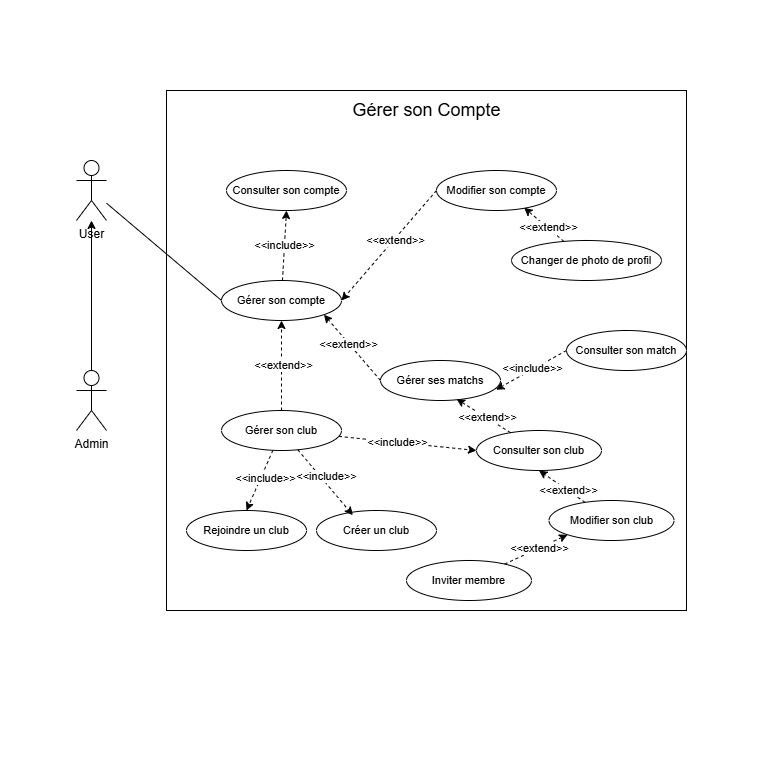
This is Diagram use case Profil.drawio.png from Mathistrg/Styx, a draw.io export, as it was before one commit. Source tidied: cells renumbered, new cells last; positions are measured from the earlier drawing's top-left corner, leaving out a move shared by most shapes.
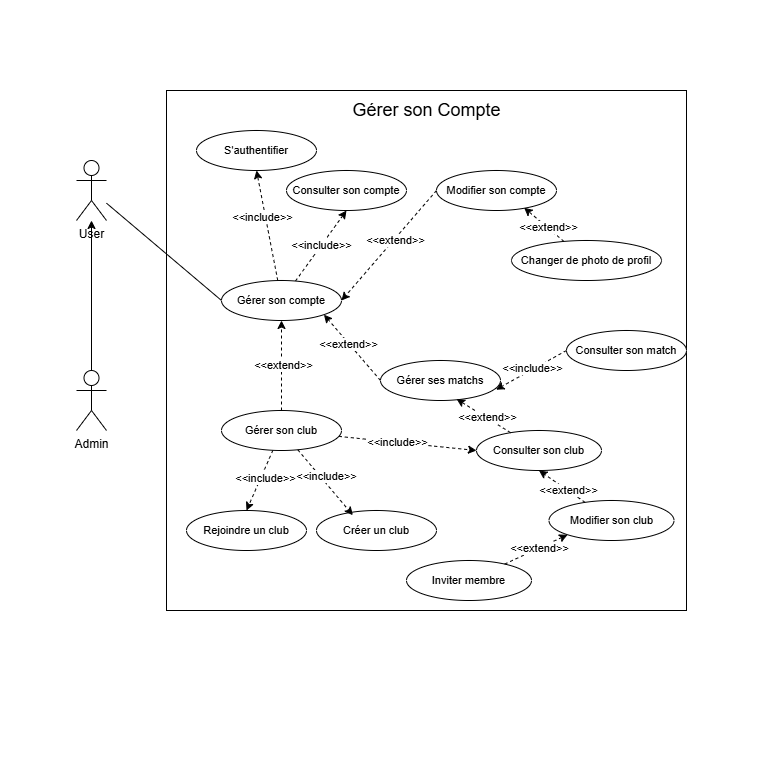
After the commit.

Commit message:
Mettre à jour Diagram use case Profil.drawio.png

What changed in the source:
```diff
@@ -32,6 +32,12 @@
     <mxCell id="11" value="&amp;lt;&amp;lt;extend&amp;gt;&amp;gt;" style="edgeLabel;html=1;align=center;verticalAlign=middle;fontFamily=Helvetica;fontSize=11;fontColor=default;labelBackgroundColor=default;fillColor=none;gradientColor=none;" parent="10" vertex="1">
       <mxGeometry x="-0.1" y="1" relative="1" as="geometry" />
     </mxCell>
+    <mxCell id="45" style="edgeStyle=none;shape=connector;rounded=0;jettySize=auto;html=1;entryX=0.5;entryY=1;entryDx=0;entryDy=0;dashed=1;strokeColor=default;align=center;verticalAlign=middle;fontFamily=Helvetica;fontSize=11;fontColor=default;labelBackgroundColor=default;endArrow=classic;endFill=1;" parent="1" edge="1" source="12" target="47">
+      <mxGeometry relative="1" as="geometry" />
+    </mxCell>
+    <mxCell id="46" value="&amp;lt;&amp;lt;include&amp;gt;&amp;gt;" style="edgeLabel;html=1;align=center;verticalAlign=middle;fontFamily=Helvetica;fontSize=11;fontColor=default;labelBackgroundColor=default;fillColor=none;gradientColor=none;" parent="45" vertex="1">
+      <mxGeometry x="0.16" y="3" relative="1" as="geometry" />
+    </mxCell>
     <mxCell id="12" value="Gérer son compte" style="ellipse;whiteSpace=wrap;html=1;fontFamily=Helvetica;fontSize=11;fontColor=default;labelBackgroundColor=default;" parent="1" vertex="1">
       <mxGeometry x="221" y="280" width="120" height="40" as="geometry" />
     </mxCell>
@@ -39,7 +45,7 @@
       <mxGeometry x="76" y="370" width="30" height="60" as="geometry" />
     </mxCell>
     <mxCell id="14" value="Consulter son compte" style="ellipse;whiteSpace=wrap;html=1;fontFamily=Helvetica;fontSize=11;fontColor=default;labelBackgroundColor=default;" parent="1" vertex="1">
-      <mxGeometry x="226" y="170" width="120" height="40" as="geometry" />
+      <mxGeometry x="286" y="170" width="120" height="40" as="geometry" />
     </mxCell>
     <mxCell id="15" value="Modifier son compte" style="ellipse;whiteSpace=wrap;html=1;fontFamily=Helvetica;fontSize=11;fontColor=default;labelBackgroundColor=default;" parent="1" vertex="1">
       <mxGeometry x="436" y="170" width="120" height="40" as="geometry" />
@@ -133,5 +139,8 @@
     <mxCell id="44" value="&amp;lt;&amp;lt;extend&amp;gt;&amp;gt;" style="edgeLabel;html=1;align=center;verticalAlign=middle;fontFamily=Helvetica;fontSize=11;fontColor=default;labelBackgroundColor=default;fillColor=none;gradientColor=none;" parent="43" vertex="1">
       <mxGeometry x="0.1" relative="1" as="geometry" />
     </mxCell>
+    <mxCell id="47" value="S'authentifier" style="ellipse;whiteSpace=wrap;html=1;fontFamily=Helvetica;fontSize=11;fontColor=default;labelBackgroundColor=default;" parent="1" vertex="1">
+      <mxGeometry x="196" y="130" width="120" height="40" as="geometry" />
+    </mxCell>
   </root>
 </mxGraphModel>
```
